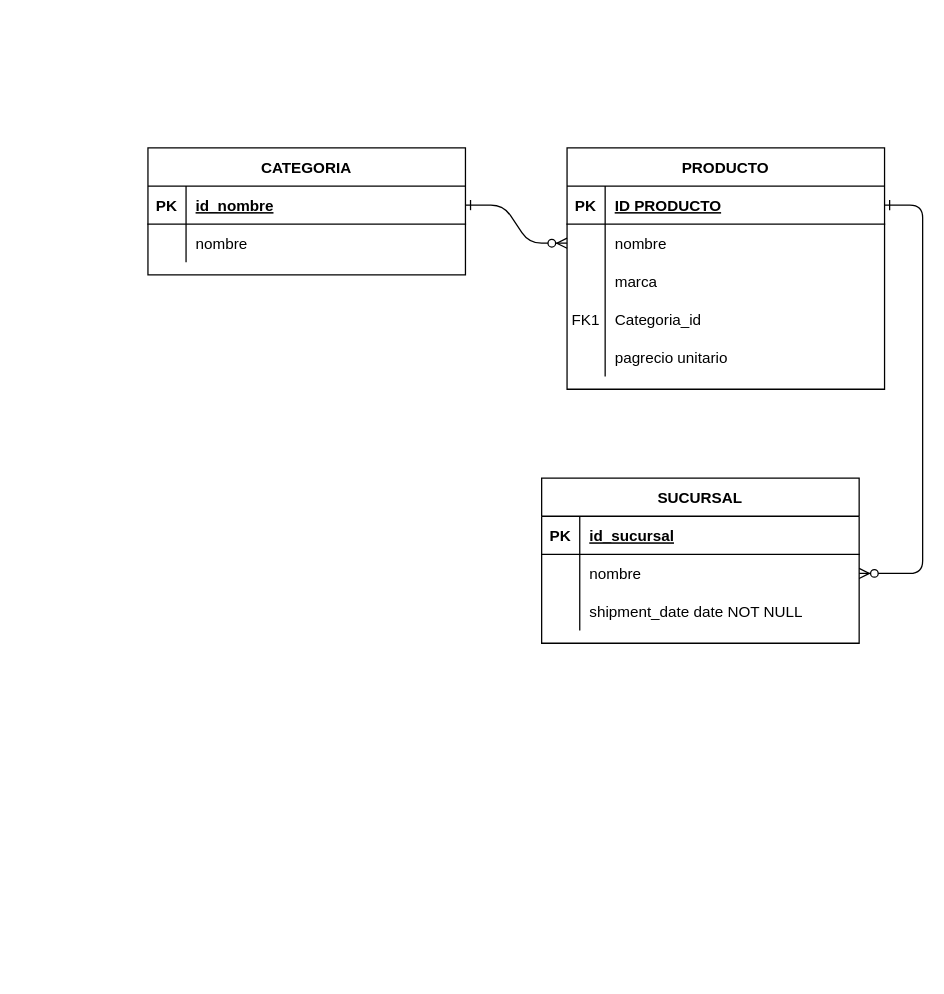
The draw.io diagram Diagrama sin título.drawio in dan-931015/parte_1, before the edit. Source tidied: cells renumbered, new cells numbered last; positions are measured from the earlier drawing's top-left corner, leaving out a move shared by most shapes. Both pictures are drawn from the tidied source at 127%, with x=0, y=0 at pixel (147, 147).
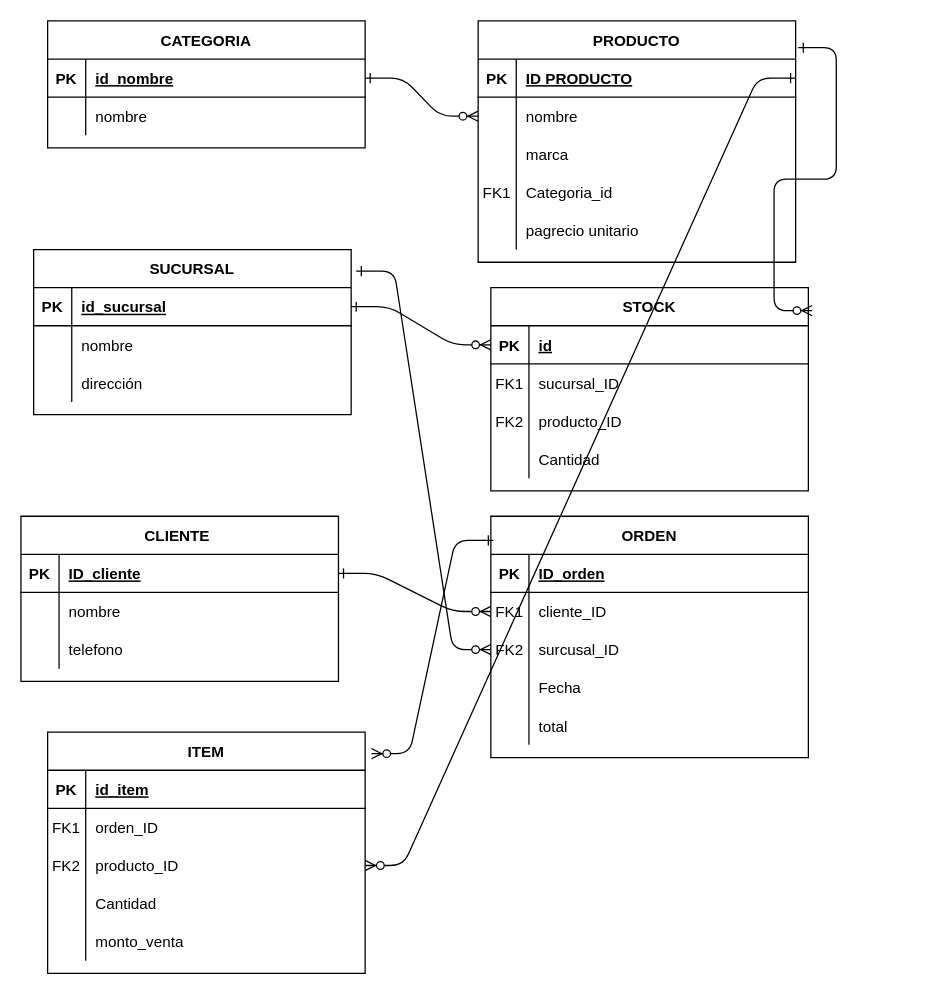
Above is the later version.

The change refers to these unchanged cells:
```xml
<mxCell id="5" style="shape=partialRectangle;fillColor=none;points=[[0,0.5],[1,0.5]];portConstraint=eastwest;top=0;left=0;right=0;bottom=1;" parent="4" vertex="1">
  <mxGeometry y="30" width="250" height="30" as="geometry" />
</mxCell>
<mxCell id="21" style="shape=partialRectangle;fillColor=none;points=[[0,0.5],[1,0.5]];portConstraint=eastwest;top=0;left=0;right=0;bottom=1;" parent="20" vertex="1">
  <mxGeometry y="30" width="250" height="30" as="geometry" />
</mxCell>
<mxCell id="24" style="shape=partialRectangle;fillColor=none;points=[[0,0.5],[1,0.5]];portConstraint=eastwest;top=0;left=0;right=0;bottom=0;" parent="20" vertex="1">
  <mxGeometry y="60" width="250" height="30" as="geometry" />
</mxCell>
<mxCell id="27" style="shape=partialRectangle;fillColor=none;top=0;left=0;right=0;bottom=0;" parent="20" vertex="1">
  <mxGeometry y="90" width="250" height="30" as="geometry" />
</mxCell>
```

Diff of the diagram source:
```diff
@@
-    <mxCell id="3" style="edgeStyle=entityRelationEdgeStyle;endArrow=ERzeroToMany;startArrow=ERone;endFill=1;startFill=0;" parent="1" edge="1" source="5" target="24">
-      <mxGeometry relative="1" as="geometry" />
-    </mxCell>
     <mxCell id="4" value="PRODUCTO" style="shape=table;startSize=30;childLayout=tableLayout;rowLines=0;fontStyle=1;align=center;" parent="1" vertex="1">
-      <mxGeometry x="330" width="250" height="190" as="geometry" />
+      <mxGeometry x="260" y="-100" width="250" height="190" as="geometry" />
     </mxCell>
@@
     <mxCell id="20" value="SUCURSAL" style="shape=table;startSize=30;childLayout=tableLayout;rowLines=0;fontStyle=1;align=center;" parent="1" vertex="1">
-      <mxGeometry x="310" y="260" width="250" height="130" as="geometry" />
+      <mxGeometry x="-90" y="80" width="250" height="130" as="geometry" />
     </mxCell>
@@
-    <mxCell id="29" value="shipment_date date NOT NULL" style="shape=partialRectangle;overflow=hidden;fillColor=none;top=0;left=0;bottom=0;right=0;align=left;spacingLeft=6;" parent="27" vertex="1">
+    <mxCell id="29" value="dirección" style="shape=partialRectangle;overflow=hidden;fillColor=none;top=0;left=0;bottom=0;right=0;align=left;spacingLeft=6;" parent="27" vertex="1">
       <mxGeometry x="30" width="220" height="30" as="geometry" />
     </mxCell>
     <mxCell id="30" value="CATEGORIA" style="shape=table;startSize=30;childLayout=tableLayout;rowLines=0;fontStyle=1;align=center;" parent="1" vertex="1">
-      <mxGeometry width="250" height="100" as="geometry" />
+      <mxGeometry x="-79" y="-100" width="250" height="100" as="geometry" />
     </mxCell>
@@
+    <mxCell id="37" value="STOCK" style="shape=table;startSize=30;childLayout=tableLayout;rowLines=0;fontStyle=1;align=center;" parent="1" vertex="1">
+      <mxGeometry x="270" y="110" width="250" height="160" as="geometry" />
+    </mxCell>
+    <mxCell id="38" style="shape=partialRectangle;fillColor=none;points=[[0,0.5],[1,0.5]];portConstraint=eastwest;top=0;left=0;right=0;bottom=1;" parent="37" vertex="1">
+      <mxGeometry y="30" width="250" height="30" as="geometry" />
+    </mxCell>
+    <mxCell id="39" value="PK" style="shape=partialRectangle;overflow=hidden;fillColor=none;top=0;left=0;bottom=0;right=0;fontStyle=1;" parent="38" vertex="1">
+      <mxGeometry width="30" height="30" as="geometry" />
+    </mxCell>
+    <mxCell id="40" value="id" style="shape=partialRectangle;overflow=hidden;fillColor=none;top=0;left=0;bottom=0;right=0;align=left;spacingLeft=6;fontStyle=5;" parent="38" vertex="1">
+      <mxGeometry x="30" width="220" height="30" as="geometry" />
+    </mxCell>
+    <mxCell id="41" style="shape=partialRectangle;fillColor=none;top=0;left=0;right=0;bottom=0;" parent="37" vertex="1">
+      <mxGeometry y="60" width="250" height="30" as="geometry" />
+    </mxCell>
+    <mxCell id="42" value="FK1" style="shape=partialRectangle;overflow=hidden;fillColor=none;top=0;left=0;bottom=0;right=0;" parent="41" vertex="1">
+      <mxGeometry width="30" height="30" as="geometry" />
+    </mxCell>
+    <mxCell id="43" value="sucursal_ID" style="shape=partialRectangle;overflow=hidden;fillColor=none;top=0;left=0;bottom=0;right=0;align=left;spacingLeft=6;" parent="41" vertex="1">
+      <mxGeometry x="30" width="220" height="30" as="geometry" />
+    </mxCell>
+    <mxCell id="44" style="shape=partialRectangle;fillColor=none;top=0;left=0;right=0;bottom=0;" parent="37" vertex="1">
+      <mxGeometry y="90" width="250" height="30" as="geometry" />
+    </mxCell>
+    <mxCell id="45" value="FK2" style="shape=partialRectangle;overflow=hidden;fillColor=none;top=0;left=0;bottom=0;right=0;" parent="44" vertex="1">
+      <mxGeometry width="30" height="30" as="geometry" />
+    </mxCell>
+    <mxCell id="46" value="producto_ID" style="shape=partialRectangle;overflow=hidden;fillColor=none;top=0;left=0;bottom=0;right=0;align=left;spacingLeft=6;" parent="44" vertex="1">
+      <mxGeometry x="30" width="220" height="30" as="geometry" />
+    </mxCell>
+    <mxCell id="47" style="shape=partialRectangle;fillColor=none;top=0;left=0;right=0;bottom=0;" parent="37" vertex="1">
+      <mxGeometry y="120" width="250" height="30" as="geometry" />
+    </mxCell>
+    <mxCell id="48" style="shape=partialRectangle;overflow=hidden;fillColor=none;top=0;left=0;bottom=0;right=0;" parent="47" vertex="1">
+      <mxGeometry width="30" height="30" as="geometry" />
+    </mxCell>
+    <mxCell id="49" value="Cantidad" style="shape=partialRectangle;overflow=hidden;fillColor=none;top=0;left=0;bottom=0;right=0;align=left;spacingLeft=6;" parent="47" vertex="1">
+      <mxGeometry x="30" width="220" height="30" as="geometry" />
+    </mxCell>
+    <mxCell id="50" value="CLIENTE " style="shape=table;startSize=30;childLayout=tableLayout;rowLines=0;fontStyle=1;align=center;" parent="1" vertex="1">
+      <mxGeometry x="-100" y="290" width="250" height="130" as="geometry" />
+    </mxCell>
+    <mxCell id="51" style="shape=partialRectangle;fillColor=none;points=[[0,0.5],[1,0.5]];portConstraint=eastwest;top=0;left=0;right=0;bottom=1;" parent="50" vertex="1">
+      <mxGeometry y="30" width="250" height="30" as="geometry" />
+    </mxCell>
+    <mxCell id="52" value="PK" style="shape=partialRectangle;overflow=hidden;fillColor=none;top=0;left=0;bottom=0;right=0;fontStyle=1;" parent="51" vertex="1">
+      <mxGeometry width="30" height="30" as="geometry" />
+    </mxCell>
+    <mxCell id="53" value="ID_cliente" style="shape=partialRectangle;overflow=hidden;fillColor=none;top=0;left=0;bottom=0;right=0;align=left;spacingLeft=6;fontStyle=5;" parent="51" vertex="1">
+      <mxGeometry x="30" width="220" height="30" as="geometry" />
+    </mxCell>
+    <mxCell id="54" style="shape=partialRectangle;fillColor=none;top=0;left=0;right=0;bottom=0;" parent="50" vertex="1">
+      <mxGeometry y="60" width="250" height="30" as="geometry" />
+    </mxCell>
+    <mxCell id="55" style="shape=partialRectangle;overflow=hidden;fillColor=none;top=0;left=0;bottom=0;right=0;" parent="54" vertex="1">
+      <mxGeometry width="30" height="30" as="geometry" />
+    </mxCell>
+    <mxCell id="56" value="nombre" style="shape=partialRectangle;overflow=hidden;fillColor=none;top=0;left=0;bottom=0;right=0;align=left;spacingLeft=6;" parent="54" vertex="1">
+      <mxGeometry x="30" width="220" height="30" as="geometry" />
+    </mxCell>
+    <mxCell id="57" style="shape=partialRectangle;fillColor=none;top=0;left=0;right=0;bottom=0;" parent="50" vertex="1">
+      <mxGeometry y="90" width="250" height="30" as="geometry" />
+    </mxCell>
+    <mxCell id="58" style="shape=partialRectangle;overflow=hidden;fillColor=none;top=0;left=0;bottom=0;right=0;" parent="57" vertex="1">
+      <mxGeometry width="30" height="30" as="geometry" />
+    </mxCell>
+    <mxCell id="59" value="telefono" style="shape=partialRectangle;overflow=hidden;fillColor=none;top=0;left=0;bottom=0;right=0;align=left;spacingLeft=6;" parent="57" vertex="1">
+      <mxGeometry x="30" width="220" height="30" as="geometry" />
+    </mxCell>
+    <mxCell id="60" value="ORDEN" style="shape=table;startSize=30;childLayout=tableLayout;rowLines=0;fontStyle=1;align=center;" parent="1" vertex="1">
+      <mxGeometry x="270" y="290" width="250" height="190" as="geometry" />
+    </mxCell>
+    <mxCell id="61" style="shape=partialRectangle;fillColor=none;top=0;left=0;right=0;bottom=1;" parent="60" vertex="1">
+      <mxGeometry y="30" width="250" height="30" as="geometry" />
+    </mxCell>
+    <mxCell id="62" value="PK" style="shape=partialRectangle;overflow=hidden;fillColor=none;top=0;left=0;bottom=0;right=0;fontStyle=1;" parent="61" vertex="1">
+      <mxGeometry width="30" height="30" as="geometry" />
+    </mxCell>
+    <mxCell id="63" value="ID_orden" style="shape=partialRectangle;overflow=hidden;fillColor=none;top=0;left=0;bottom=0;right=0;align=left;spacingLeft=6;fontStyle=5;" parent="61" vertex="1">
+      <mxGeometry x="30" width="220" height="30" as="geometry" />
+    </mxCell>
+    <mxCell id="64" style="shape=partialRectangle;fillColor=none;points=[[0,0.5],[1,0.5]];portConstraint=eastwest;top=0;left=0;right=0;bottom=0;" parent="60" vertex="1">
+      <mxGeometry y="60" width="250" height="30" as="geometry" />
+    </mxCell>
+    <mxCell id="65" value="FK1" style="shape=partialRectangle;overflow=hidden;fillColor=none;top=0;left=0;bottom=0;right=0;" parent="64" vertex="1">
+      <mxGeometry width="30" height="30" as="geometry" />
+    </mxCell>
+    <mxCell id="66" value="cliente_ID" style="shape=partialRectangle;overflow=hidden;fillColor=none;top=0;left=0;bottom=0;right=0;align=left;spacingLeft=6;" parent="64" vertex="1">
+      <mxGeometry x="30" width="220" height="30" as="geometry" />
+    </mxCell>
+    <mxCell id="67" style="shape=partialRectangle;fillColor=none;points=[[0,0.5],[1,0.5]];portConstraint=eastwest;top=0;left=0;right=0;bottom=0;" parent="60" vertex="1">
+      <mxGeometry y="90" width="250" height="30" as="geometry" />
+    </mxCell>
+    <mxCell id="68" value="FK2" style="shape=partialRectangle;overflow=hidden;fillColor=none;top=0;left=0;bottom=0;right=0;" parent="67" vertex="1">
+      <mxGeometry width="30" height="30" as="geometry" />
+    </mxCell>
+    <mxCell id="69" value="surcusal_ID" style="shape=partialRectangle;overflow=hidden;fillColor=none;top=0;left=0;bottom=0;right=0;align=left;spacingLeft=6;" parent="67" vertex="1">
+      <mxGeometry x="30" width="220" height="30" as="geometry" />
+    </mxCell>
+    <mxCell id="70" style="shape=partialRectangle;fillColor=none;top=0;left=0;right=0;bottom=0;" parent="60" vertex="1">
+      <mxGeometry y="120" width="250" height="30" as="geometry" />
+    </mxCell>
+    <mxCell id="71" style="shape=partialRectangle;overflow=hidden;fillColor=none;top=0;left=0;bottom=0;right=0;" parent="70" vertex="1">
+      <mxGeometry width="30" height="30" as="geometry" />
+    </mxCell>
+    <mxCell id="72" value="Fecha" style="shape=partialRectangle;overflow=hidden;fillColor=none;top=0;left=0;bottom=0;right=0;align=left;spacingLeft=6;" parent="70" vertex="1">
+      <mxGeometry x="30" width="220" height="30" as="geometry" />
+    </mxCell>
+    <mxCell id="73" style="shape=partialRectangle;fillColor=none;top=0;left=0;right=0;bottom=0;" parent="60" vertex="1">
+      <mxGeometry y="150" width="250" height="30" as="geometry" />
+    </mxCell>
+    <mxCell id="74" style="shape=partialRectangle;overflow=hidden;fillColor=none;top=0;left=0;bottom=0;right=0;" parent="73" vertex="1">
+      <mxGeometry width="30" height="30" as="geometry" />
+    </mxCell>
+    <mxCell id="75" value="total" style="shape=partialRectangle;overflow=hidden;fillColor=none;top=0;left=0;bottom=0;right=0;align=left;spacingLeft=6;" parent="73" vertex="1">
+      <mxGeometry x="30" width="220" height="30" as="geometry" />
+    </mxCell>
+    <mxCell id="76" value="ITEM" style="shape=table;startSize=30;childLayout=tableLayout;rowLines=0;fontStyle=1;align=center;" parent="1" vertex="1">
+      <mxGeometry x="-79" y="460" width="250" height="190" as="geometry" />
+    </mxCell>
+    <mxCell id="77" style="shape=partialRectangle;fillColor=none;top=0;left=0;right=0;bottom=1;" parent="76" vertex="1">
+      <mxGeometry y="30" width="250" height="30" as="geometry" />
+    </mxCell>
+    <mxCell id="78" value="PK" style="shape=partialRectangle;overflow=hidden;fillColor=none;top=0;left=0;bottom=0;right=0;fontStyle=1;" parent="77" vertex="1">
+      <mxGeometry width="30" height="30" as="geometry" />
+    </mxCell>
+    <mxCell id="79" value="id_item" style="shape=partialRectangle;overflow=hidden;fillColor=none;top=0;left=0;bottom=0;right=0;align=left;spacingLeft=6;fontStyle=5;" parent="77" vertex="1">
+      <mxGeometry x="30" width="220" height="30" as="geometry" />
+    </mxCell>
+    <mxCell id="80" style="shape=partialRectangle;fillColor=none;top=0;left=0;right=0;bottom=0;" parent="76" vertex="1">
+      <mxGeometry y="60" width="250" height="30" as="geometry" />
+    </mxCell>
+    <mxCell id="81" value="FK1" style="shape=partialRectangle;overflow=hidden;fillColor=none;top=0;left=0;bottom=0;right=0;" parent="80" vertex="1">
+      <mxGeometry width="30" height="30" as="geometry" />
+    </mxCell>
+    <mxCell id="82" value="orden_ID" style="shape=partialRectangle;overflow=hidden;fillColor=none;top=0;left=0;bottom=0;right=0;align=left;spacingLeft=6;" parent="80" vertex="1">
+      <mxGeometry x="30" width="220" height="30" as="geometry" />
+    </mxCell>
+    <mxCell id="83" style="shape=partialRectangle;fillColor=none;points=[[0,0.5],[1,0.5]];portConstraint=eastwest;top=0;left=0;right=0;bottom=0;" parent="76" vertex="1">
+      <mxGeometry y="90" width="250" height="30" as="geometry" />
+    </mxCell>
+    <mxCell id="84" value="FK2" style="shape=partialRectangle;overflow=hidden;fillColor=none;top=0;left=0;bottom=0;right=0;" parent="83" vertex="1">
+      <mxGeometry width="30" height="30" as="geometry" />
+    </mxCell>
+    <mxCell id="85" value="producto_ID" style="shape=partialRectangle;overflow=hidden;fillColor=none;top=0;left=0;bottom=0;right=0;align=left;spacingLeft=6;" parent="83" vertex="1">
+      <mxGeometry x="30" width="220" height="30" as="geometry" />
+    </mxCell>
+    <mxCell id="86" style="shape=partialRectangle;fillColor=none;top=0;left=0;right=0;bottom=0;" parent="76" vertex="1">
+      <mxGeometry y="120" width="250" height="30" as="geometry" />
+    </mxCell>
+    <mxCell id="87" style="shape=partialRectangle;overflow=hidden;fillColor=none;top=0;left=0;bottom=0;right=0;" parent="86" vertex="1">
+      <mxGeometry width="30" height="30" as="geometry" />
+    </mxCell>
+    <mxCell id="88" value="Cantidad" style="shape=partialRectangle;overflow=hidden;fillColor=none;top=0;left=0;bottom=0;right=0;align=left;spacingLeft=6;" parent="86" vertex="1">
+      <mxGeometry x="30" width="220" height="30" as="geometry" />
+    </mxCell>
+    <mxCell id="89" style="shape=partialRectangle;fillColor=none;top=0;left=0;right=0;bottom=0;" parent="76" vertex="1">
+      <mxGeometry y="150" width="250" height="30" as="geometry" />
+    </mxCell>
+    <mxCell id="90" style="shape=partialRectangle;overflow=hidden;fillColor=none;top=0;left=0;bottom=0;right=0;" parent="89" vertex="1">
+      <mxGeometry width="30" height="30" as="geometry" />
+    </mxCell>
+    <mxCell id="91" value="monto_venta" style="shape=partialRectangle;overflow=hidden;fillColor=none;top=0;left=0;bottom=0;right=0;align=left;spacingLeft=6;" parent="89" vertex="1">
+      <mxGeometry x="30" width="220" height="30" as="geometry" />
+    </mxCell>
+    <mxCell id="92" style="edgeStyle=entityRelationEdgeStyle;endArrow=ERzeroToMany;startArrow=ERone;endFill=1;startFill=0;exitX=1;exitY=0.5;exitDx=0;exitDy=0;entryX=0;entryY=0.5;entryDx=0;entryDy=0;" parent="1" edge="1" source="21" target="38">
+      <mxGeometry relative="1" as="geometry" />
+    </mxCell>
+    <mxCell id="93" style="edgeStyle=entityRelationEdgeStyle;endArrow=ERzeroToMany;startArrow=ERone;endFill=1;startFill=0;exitX=1.008;exitY=0.111;exitDx=0;exitDy=0;exitPerimeter=0;entryX=1.012;entryY=0.113;entryDx=0;entryDy=0;entryPerimeter=0;" parent="1" edge="1" source="4" target="37">
+      <mxGeometry relative="1" as="geometry">
+        <Array as="points">
+          <mxPoint x="550" y="-20" />
+          <mxPoint x="570" y="-40" />
+          <mxPoint x="630" y="40" />
+          <mxPoint x="879" y="95" />
+          <mxPoint x="640" y="130" />
+          <mxPoint x="989" y="75" />
+          <mxPoint x="600" y="70" />
+          <mxPoint x="560" y="100" />
+        </Array>
+      </mxGeometry>
+    </mxCell>
+    <mxCell id="94" style="edgeStyle=entityRelationEdgeStyle;endArrow=ERzeroToMany;startArrow=ERone;endFill=1;startFill=0;exitX=1;exitY=0.5;exitDx=0;exitDy=0;entryX=0;entryY=0.5;entryDx=0;entryDy=0;" parent="1" edge="1" source="51" target="64">
+      <mxGeometry relative="1" as="geometry" />
+    </mxCell>
+    <mxCell id="95" style="edgeStyle=entityRelationEdgeStyle;endArrow=ERzeroToMany;startArrow=ERone;endFill=1;startFill=0;exitX=1.016;exitY=0.131;exitDx=0;exitDy=0;entryX=0;entryY=0.5;entryDx=0;entryDy=0;exitPerimeter=0;" parent="1" edge="1" source="20" target="67">
+      <mxGeometry relative="1" as="geometry" />
+    </mxCell>
+    <mxCell id="96" style="edgeStyle=entityRelationEdgeStyle;endArrow=ERzeroToMany;startArrow=ERone;endFill=1;startFill=0;exitX=0.008;exitY=0.1;exitDx=0;exitDy=0;entryX=1.02;entryY=0.089;entryDx=0;entryDy=0;exitPerimeter=0;entryPerimeter=0;" parent="1" edge="1" source="60" target="76">
+      <mxGeometry relative="1" as="geometry">
+        <Array as="points">
+          <mxPoint x="286" y="673" />
+        </Array>
+      </mxGeometry>
+    </mxCell>
+    <mxCell id="97" style="edgeStyle=entityRelationEdgeStyle;endArrow=ERzeroToMany;startArrow=ERone;endFill=1;startFill=0;exitX=1;exitY=0.5;exitDx=0;exitDy=0;entryX=1;entryY=0.5;entryDx=0;entryDy=0;" parent="1" edge="1" source="5" target="83">
+      <mxGeometry relative="1" as="geometry">
+        <Array as="points">
+          <mxPoint x="617" y="-21" />
+          <mxPoint x="637" y="-41" />
+          <mxPoint x="697" y="39" />
+          <mxPoint x="946" y="94" />
+          <mxPoint x="707" y="129" />
+          <mxPoint x="1056" y="74" />
+          <mxPoint x="667" y="69" />
+          <mxPoint x="627" y="99" />
+        </Array>
+      </mxGeometry>
+    </mxCell>
```
